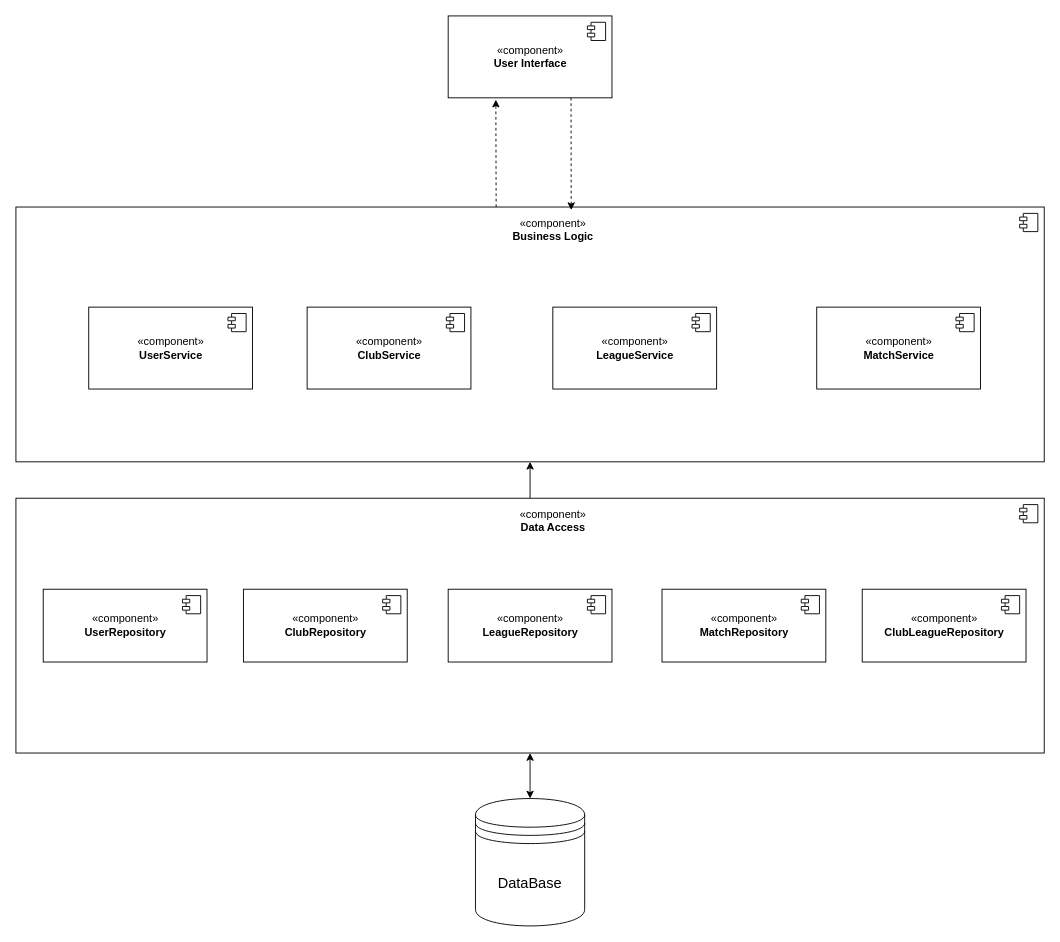
Earlier version of the draw.io diagram page "UML компонентов" (1 of 2) of lab_01/uml.drawio (hieubichpro/BMSTU-Web). Source tidied: cells renumbered, new cells numbered last; positions are measured from the earlier drawing's top-left corner, leaving out a move shared by most shapes. Both pictures are drawn from the tidied source at 91%, with x=0, y=0 at pixel (15, 15).
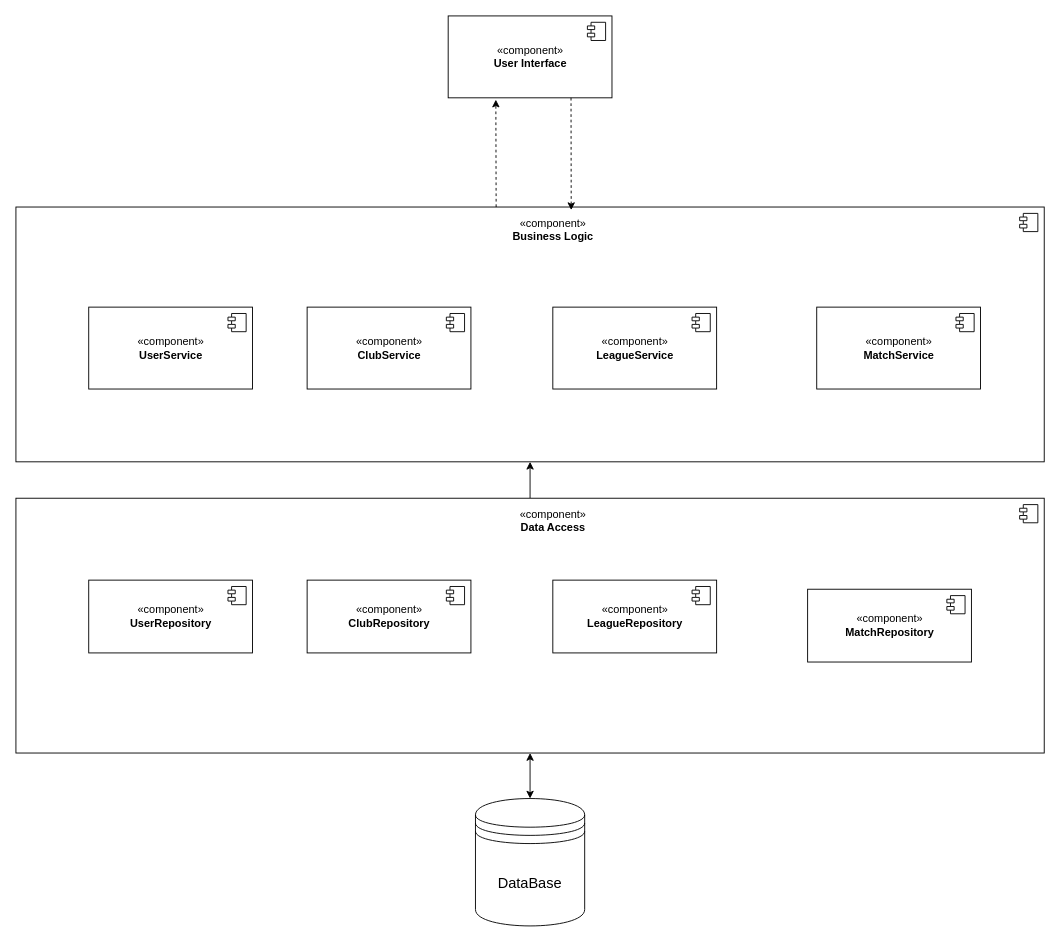
The same page after the edit.

The edit, as a diff of the source:
```diff
@@
     <mxCell id="18" value="«component»&lt;br&gt;&lt;b&gt;UserRepository&lt;/b&gt;" style="html=1;labelBackgroundColor=none;fontColor=default;" parent="1" vertex="1">
-      <mxGeometry x="30" y="630" width="180" height="80" as="geometry" />
+      <mxGeometry x="80" y="620" width="180" height="80" as="geometry" />
     </mxCell>
@@
     <mxCell id="20" value="«component»&lt;br&gt;&lt;b&gt;ClubRepository&lt;/b&gt;" style="html=1;labelBackgroundColor=none;fontColor=default;" parent="1" vertex="1">
-      <mxGeometry x="250" y="630" width="180" height="80" as="geometry" />
+      <mxGeometry x="320" y="620" width="180" height="80" as="geometry" />
     </mxCell>
@@
     <mxCell id="22" value="«component»&lt;br&gt;&lt;b&gt;Match&lt;/b&gt;&lt;b&gt;Repository&lt;/b&gt;" style="html=1;labelBackgroundColor=none;fontColor=default;" parent="1" vertex="1">
-      <mxGeometry x="710" y="630" width="180" height="80" as="geometry" />
+      <mxGeometry x="870" y="630" width="180" height="80" as="geometry" />
     </mxCell>
@@
     <mxCell id="27" value="«component»&lt;br&gt;&lt;b&gt;LeagueRepository&lt;/b&gt;" style="html=1;labelBackgroundColor=none;fontColor=default;" parent="1" vertex="1">
-      <mxGeometry x="475" y="630" width="180" height="80" as="geometry" />
+      <mxGeometry x="590" y="620" width="180" height="80" as="geometry" />
     </mxCell>
@@
-    <mxCell id="31" value="«component»&lt;br&gt;&lt;b&gt;ClubLeagueRepository&lt;/b&gt;" style="html=1;labelBackgroundColor=none;fontColor=default;" parent="1" vertex="1">
-      <mxGeometry x="930" y="630" width="180" height="80" as="geometry" />
-    </mxCell>
-    <mxCell id="32" style="shape=module;jettyWidth=8;jettyHeight=4;labelBackgroundColor=none;fontColor=default;" parent="31" vertex="1">
-      <mxGeometry x="1" width="20" height="20" relative="1" as="geometry">
-        <mxPoint x="-27" y="7" as="offset" />
-      </mxGeometry>
-    </mxCell>
```
